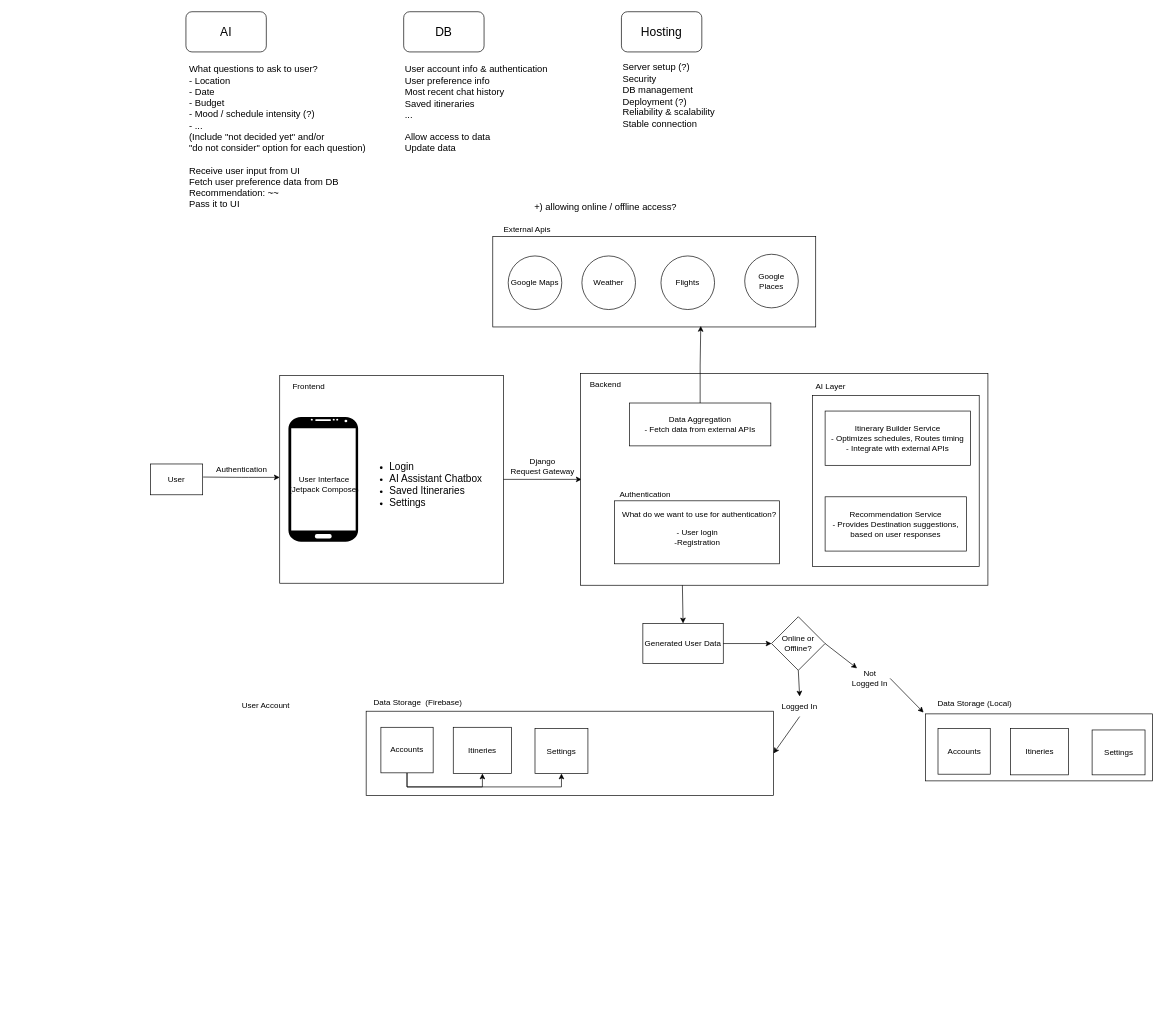
Before: Untitled Diagram.drawio in smehars/AItinerary, a draw.io diagram. Source tidied: cells renumbered, new cells numbered last; positions are measured from the earlier drawing's top-left corner, leaving out a move shared by most shapes. Both pictures are drawn from the tidied source at 67%, with x=0, y=0 at pixel (150, 11).
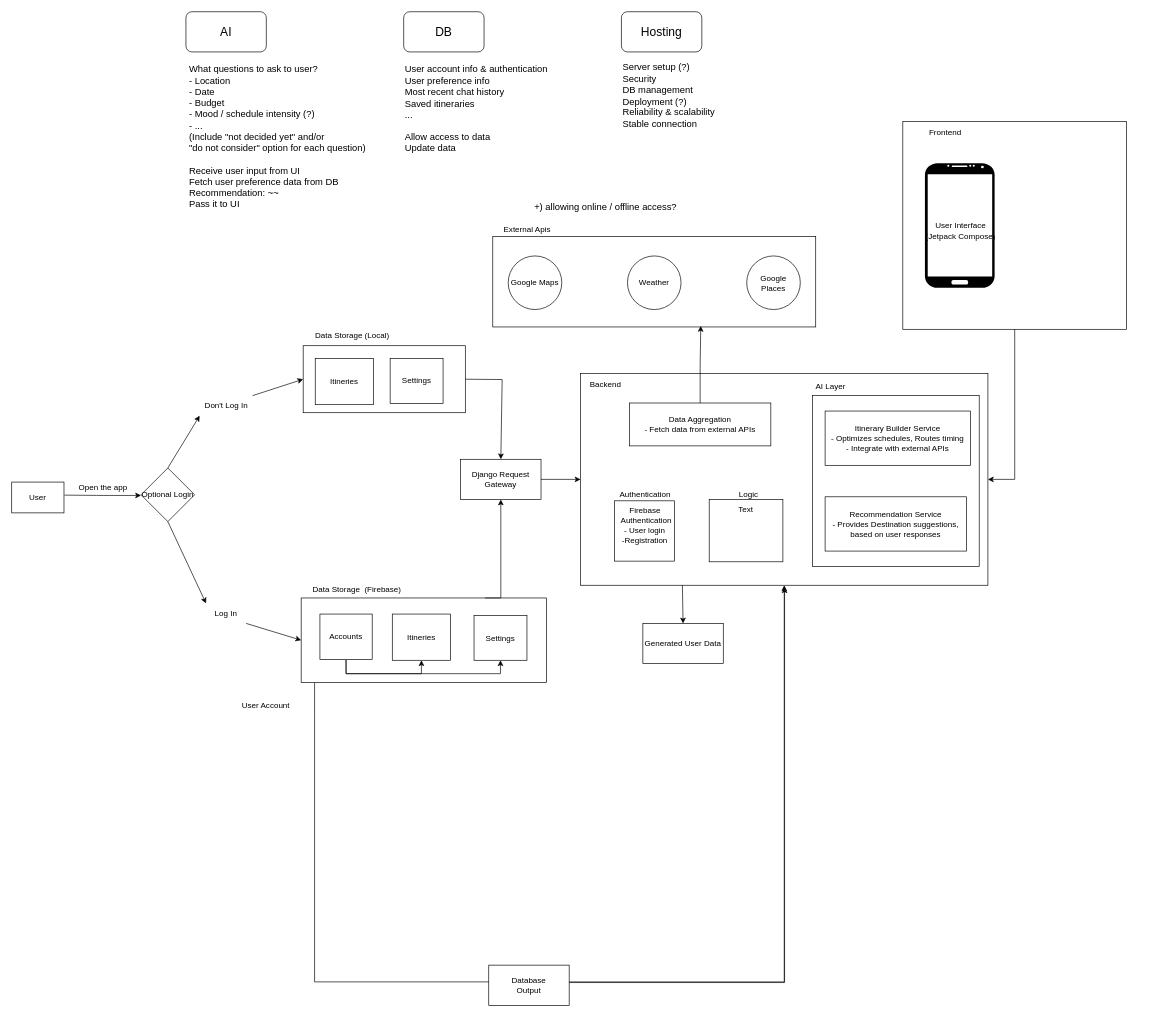
After the change.

Unchanged cells that the change refers to:
```xml
<mxCell id="16" style="whiteSpace=wrap;html=1;" parent="1" vertex="1">
  <mxGeometry x="642" y="540" width="608" height="316" as="geometry" />
</mxCell>
<mxCell id="33" value="Generated User Data" style="whiteSpace=wrap;html=1;" parent="1" vertex="1">
  <mxGeometry x="735" y="913" width="120" height="60" as="geometry" />
</mxCell>
```

Change to the diagram source:
```diff
@@
-    <mxCell id="2" style="whiteSpace=wrap;html=1;" parent="1" vertex="1">
-      <mxGeometry x="322" y="1044" width="608" height="126" as="geometry" />
-    </mxCell>
+    <mxCell id="59" style="edgeStyle=orthogonalEdgeStyle;rounded=0;jettySize=auto;html=1;entryX=0.5;entryY=1;entryDx=0;entryDy=0;" parent="1" edge="1" source="2" target="16">
+      <mxGeometry relative="1" as="geometry">
+        <Array as="points">
+          <mxPoint x="245" y="1057" />
+          <mxPoint x="245" y="1448" />
+          <mxPoint x="946" y="1448" />
+        </Array>
+      </mxGeometry>
+    </mxCell>
     <mxCell id="3" style="rounded=0;whiteSpace=wrap;html=1;" parent="1" vertex="1">
-      <mxGeometry x="193" y="543" width="334" height="310" as="geometry" />
+      <mxGeometry x="1123" y="164" width="334" height="310" as="geometry" />
     </mxCell>
@@
-    <mxCell id="5" style="edgeStyle=orthogonalEdgeStyle;rounded=0;jettySize=auto;html=1;" parent="1" edge="1" source="3">
-      <mxGeometry relative="1" as="geometry">
-        <mxPoint x="643.7" y="698" as="targetPoint" />
-      </mxGeometry>
+    <mxCell id="5" style="edgeStyle=orthogonalEdgeStyle;rounded=0;jettySize=auto;html=1;entryX=1;entryY=0.5;entryDx=0;entryDy=0;" parent="1" edge="1" source="3" target="16">
+      <mxGeometry relative="1" as="geometry" />
     </mxCell>
@@
     <mxCell id="13" style="edgeStyle=orthogonalEdgeStyle;rounded=1;orthogonalLoop=1;jettySize=auto;html=1;exitX=1.015;exitY=0.365;exitDx=0;exitDy=0;exitPerimeter=0;" parent="1" edge="1">
       <mxGeometry relative="1" as="geometry">
-        <mxPoint x="78.7" y="694.5" as="sourcePoint" />
-        <mxPoint x="193" y="695" as="targetPoint" />
+        <mxPoint x="-128.3" y="721.5" as="sourcePoint" />
+        <mxPoint x="-14" y="722" as="targetPoint" />
       </mxGeometry>
     </mxCell>
     <mxCell id="14" value="Frontend" style="text;html=1;align=center;verticalAlign=middle;strokeColor=none;fillColor=none;" parent="1" vertex="1">
-      <mxGeometry x="202" y="547" width="67" height="26" as="geometry" />
+      <mxGeometry x="1152" y="168" width="67" height="26" as="geometry" />
     </mxCell>
     <mxCell id="15" style="verticalLabelPosition=bottom;verticalAlign=top;html=1;shadow=0;dashed=0;strokeWidth=1;shape=mxgraph.android.phone2;strokeColor=none;fillStyle=auto;fillColor=light-dark(default, #ffffff);gradientColor=light-dark(#000000,#FFFFFF);gradientDirection=radial;" parent="1" vertex="1">
-      <mxGeometry x="206" y="605" width="104" height="186" as="geometry" />
+      <mxGeometry x="1156" y="226" width="104" height="186" as="geometry" />
     </mxCell>
@@
-    <mxCell id="18" value="&lt;div&gt;Data Storage&amp;nbsp; (Firebase)&lt;/div&gt;" style="text;html=1;align=center;verticalAlign=middle;strokeColor=none;fillColor=none;" parent="1" vertex="1">
-      <mxGeometry x="322" y="1018" width="153" height="26" as="geometry" />
-    </mxCell>
     <mxCell id="19" value="User" style="whiteSpace=wrap;html=1;" parent="1" vertex="1">
-      <mxGeometry y="675" width="78" height="46" as="geometry" />
+      <mxGeometry x="-207" y="702" width="78" height="46" as="geometry" />
     </mxCell>
-    <mxCell id="20" value="Authentication" style="text;html=1;align=center;verticalAlign=middle;strokeColor=none;fillColor=none;" parent="1" vertex="1">
-      <mxGeometry x="88" y="670" width="95" height="26" as="geometry" />
+    <mxCell id="20" value="Open the app" style="text;html=1;align=center;verticalAlign=middle;strokeColor=none;fillColor=none;" parent="1" vertex="1">
+      <mxGeometry x="-117" y="697" width="91" height="26" as="geometry" />
     </mxCell>
@@
     <mxCell id="22" value="User Interface&lt;br&gt;(Jetpack Compose)" style="text;html=1;align=center;verticalAlign=middle;strokeColor=none;fillColor=none;" parent="1" vertex="1">
-      <mxGeometry x="197.5" y="685" width="122" height="41" as="geometry" />
+      <mxGeometry x="1147.5" y="306" width="122" height="41" as="geometry" />
     </mxCell>
@@
     <mxCell id="26" value="Weather" style="ellipse;whiteSpace=wrap;html=1;" parent="1" vertex="1">
-      <mxGeometry x="644" y="364.5" width="80" height="80" as="geometry" />
+      <mxGeometry x="712" y="364.5" width="80" height="80" as="geometry" />
     </mxCell>
-    <mxCell id="27" value="Flights" style="ellipse;whiteSpace=wrap;html=1;" parent="1" vertex="1">
-      <mxGeometry x="762" y="364.5" width="80" height="80" as="geometry" />
-    </mxCell>
-    <mxCell id="28" value="&lt;ul&gt;&lt;li&gt;&lt;font style=&quot;font-size: 15px;&quot;&gt;Login&lt;/font&gt;&lt;/li&gt;&lt;li&gt;&lt;font style=&quot;font-size: 15px;&quot;&gt;AI Assistant Chatbox&lt;br&gt;&lt;/font&gt;&lt;/li&gt;&lt;li&gt;&lt;font style=&quot;font-size: 15px;&quot;&gt;Saved Itineraries&lt;/font&gt;&lt;/li&gt;&lt;li&gt;&lt;font style=&quot;font-size: 15px;&quot;&gt;Settings&lt;/font&gt;&lt;br&gt;&lt;/li&gt;&lt;/ul&gt;" style="text;strokeColor=none;fillColor=none;html=1;whiteSpace=wrap;verticalAlign=middle;overflow=hidden;" parent="1" vertex="1">
-      <mxGeometry x="315" y="577" width="193" height="256" as="geometry" />
-    </mxCell>
-    <mxCell id="29" style="edgeStyle=orthogonalEdgeStyle;rounded=0;jettySize=auto;html=1;exitX=0.5;exitY=1;exitDx=0;exitDy=0;entryX=0.5;entryY=1;entryDx=0;entryDy=0;" parent="1" edge="1" source="31" target="32">
-      <mxGeometry relative="1" as="geometry" />
-    </mxCell>
-    <mxCell id="30" style="edgeStyle=orthogonalEdgeStyle;rounded=0;jettySize=auto;html=1;exitX=0.5;exitY=1;exitDx=0;exitDy=0;entryX=0.5;entryY=1;entryDx=0;entryDy=0;" parent="1" edge="1" source="31" target="34">
-      <mxGeometry relative="1" as="geometry" />
-    </mxCell>
-    <mxCell id="31" value="Accounts" style="whiteSpace=wrap;html=1;" parent="1" vertex="1">
-      <mxGeometry x="344" y="1068" width="78" height="68" as="geometry" />
-    </mxCell>
-    <mxCell id="32" value="Itineries" style="whiteSpace=wrap;html=1;" parent="1" vertex="1">
-      <mxGeometry x="452" y="1068" width="87" height="69" as="geometry" />
-    </mxCell>
@@
-    <mxCell id="34" value="Settings" style="whiteSpace=wrap;html=1;" parent="1" vertex="1">
-      <mxGeometry x="574" y="1070" width="79" height="67" as="geometry" />
-    </mxCell>
-    <mxCell id="35" value="&lt;div&gt;Django&lt;/div&gt;&lt;div&gt;Request Gateway&lt;br&gt;&lt;/div&gt;" style="text;html=1;align=center;verticalAlign=middle;points=[];strokeColor=none;fillColor=none;" parent="1" vertex="1">
-      <mxGeometry x="527" y="657" width="115" height="41" as="geometry" />
-    </mxCell>
     <mxCell id="36" value="&lt;div&gt;&lt;br&gt;&lt;/div&gt;&lt;div&gt;- User login&lt;/div&gt;&lt;div&gt;-Registration&lt;br&gt;&lt;/div&gt;" style="rounded=0;whiteSpace=wrap;html=1;" parent="1" vertex="1">
-      <mxGeometry x="692.5" y="730" width="246.5" height="94" as="geometry" />
+      <mxGeometry x="692.5" y="730" width="89.5" height="90" as="geometry" />
     </mxCell>
-    <mxCell id="37" value="What do we want to use for authentication?" style="text;html=1;align=center;verticalAlign=middle;strokeColor=none;fillColor=none;" parent="1" vertex="1">
-      <mxGeometry x="692.5" y="738" width="252" height="26" as="geometry" />
+    <mxCell id="37" value="Firebase&lt;br&gt;&amp;nbsp;Authentication" style="text;html=1;align=center;verticalAlign=middle;strokeColor=none;fillColor=none;" parent="1" vertex="1">
+      <mxGeometry x="689.5" y="730" width="97" height="41" as="geometry" />
     </mxCell>
@@
     <mxCell id="42" value="Google Places" style="ellipse;whiteSpace=wrap;html=1;" parent="1" vertex="1">
-      <mxGeometry x="887" y="362" width="80" height="80" as="geometry" />
+      <mxGeometry x="890" y="364.5" width="80" height="80" as="geometry" />
     </mxCell>
@@
-    <mxCell id="46" value="Online or Offline?" style="rhombus;whiteSpace=wrap;html=1;" parent="1" vertex="1">
-      <mxGeometry x="927" y="903" width="80" height="80" as="geometry" />
-    </mxCell>
-    <mxCell id="47" style="endArrow=classic;html=1;rounded=0;entryX=0;entryY=0.5;entryDx=0;entryDy=0;exitX=1;exitY=0.5;exitDx=0;exitDy=0;" parent="1" edge="1" source="33" target="46">
-      <mxGeometry relative="1" as="geometry" />
-    </mxCell>
-    <mxCell id="48" style="endArrow=classic;html=1;rounded=0;exitX=0.5;exitY=1;exitDx=0;exitDy=0;entryX=1;entryY=0.5;entryDx=0;entryDy=0;" parent="1" edge="1" source="55" target="2">
-      <mxGeometry relative="1" as="geometry" />
-    </mxCell>
+    <mxCell id="60" style="edgeStyle=orthogonalEdgeStyle;rounded=0;jettySize=auto;html=1;exitX=1;exitY=0.5;exitDx=0;exitDy=0;" parent="1" edge="1" source="71">
+      <mxGeometry relative="1" as="geometry">
+        <mxPoint x="946.5" y="859" as="targetPoint" />
+        <Array as="points">
+          <mxPoint x="562" y="1453" />
+          <mxPoint x="562" y="1449" />
+          <mxPoint x="947" y="1449" />
+        </Array>
+      </mxGeometry>
+    </mxCell>
+    <mxCell id="61" value="Optional Login" style="rhombus;whiteSpace=wrap;html=1;" parent="1" vertex="1">
+      <mxGeometry x="-14" y="681" width="80" height="80" as="geometry" />
+    </mxCell>
+    <mxCell id="62" style="endArrow=classic;html=1;rounded=0;exitX=1;exitY=1;exitDx=0;exitDy=0;entryX=0;entryY=0.5;entryDx=0;entryDy=0;" parent="1" edge="1" source="64" target="2">
+      <mxGeometry relative="1" as="geometry" />
+    </mxCell>
+    <mxCell id="63" style="endArrow=classic;html=1;rounded=0;exitX=0.5;exitY=1;exitDx=0;exitDy=0;entryX=0;entryY=0;entryDx=0;entryDy=0;" parent="1" edge="1" source="61" target="64">
+      <mxGeometry relative="1" as="geometry" />
+    </mxCell>
+    <mxCell id="64" value="Log In" style="text;html=1;align=center;verticalAlign=middle;whiteSpace=wrap;rounded=0;" parent="1" vertex="1">
+      <mxGeometry x="83" y="883" width="60" height="30" as="geometry" />
+    </mxCell>
+    <mxCell id="65" style="endArrow=classic;html=1;rounded=0;exitX=1;exitY=0;exitDx=0;exitDy=0;entryX=0;entryY=0.5;entryDx=0;entryDy=0;" parent="1" edge="1" source="67" target="49">
+      <mxGeometry relative="1" as="geometry" />
+    </mxCell>
+    <mxCell id="66" style="endArrow=classic;html=1;rounded=0;exitX=0.5;exitY=0;exitDx=0;exitDy=0;entryX=0;entryY=1;entryDx=0;entryDy=0;" parent="1" edge="1" source="61" target="67">
+      <mxGeometry relative="1" as="geometry" />
+    </mxCell>
+    <mxCell id="67" value="Don't Log In" style="text;html=1;align=center;verticalAlign=middle;whiteSpace=wrap;rounded=0;" parent="1" vertex="1">
+      <mxGeometry x="73.5" y="573" width="79" height="30" as="geometry" />
+    </mxCell>
+    <mxCell id="68" style="rounded=0;whiteSpace=wrap;html=1;" parent="1" vertex="1">
+      <mxGeometry x="834" y="728" width="110" height="93" as="geometry" />
+    </mxCell>
+    <mxCell id="69" value="Logic" style="text;html=1;align=center;verticalAlign=middle;whiteSpace=wrap;rounded=0;" parent="1" vertex="1">
+      <mxGeometry x="863" y="706" width="60" height="30" as="geometry" />
+    </mxCell>
+    <mxCell id="70" value="Text" style="text;html=1;align=center;verticalAlign=middle;whiteSpace=wrap;rounded=0;" parent="1" vertex="1">
+      <mxGeometry x="859" y="728" width="60" height="30" as="geometry" />
+    </mxCell>
+    <mxCell id="71" style="rounded=0;whiteSpace=wrap;html=1;" parent="1" vertex="1">
+      <mxGeometry x="505" y="1423" width="120" height="60" as="geometry" />
+    </mxCell>
+    <mxCell id="72" style="endArrow=classic;html=1;rounded=0;exitX=1;exitY=0.5;exitDx=0;exitDy=0;entryX=0.5;entryY=0;entryDx=0;entryDy=0;" parent="1" edge="1" source="49" target="35">
+      <mxGeometry relative="1" as="geometry">
+        <Array as="points">
+          <mxPoint x="525" y="549" />
+        </Array>
+      </mxGeometry>
+    </mxCell>
+    <mxCell id="73" value="Database Output" style="text;html=1;align=center;verticalAlign=middle;whiteSpace=wrap;rounded=0;" parent="1" vertex="1">
+      <mxGeometry x="535" y="1438" width="60" height="30" as="geometry" />
+    </mxCell>
+    <mxCell id="74" style="group;" parent="1" vertex="1">
+      <mxGeometry x="225" y="849" width="366" height="152" as="geometry" />
+    </mxCell>
+    <mxCell id="2" style="whiteSpace=wrap;html=1;" parent="74" vertex="1">
+      <mxGeometry y="26" width="366" height="126" as="geometry" />
+    </mxCell>
+    <mxCell id="18" value="&lt;div&gt;Data Storage&amp;nbsp; (Firebase)&lt;/div&gt;" style="text;html=1;align=center;verticalAlign=middle;strokeColor=none;fillColor=none;" parent="74" vertex="1">
+      <mxGeometry x="6" width="153" height="26" as="geometry" />
+    </mxCell>
+    <mxCell id="29" style="edgeStyle=orthogonalEdgeStyle;rounded=0;jettySize=auto;html=1;exitX=0.5;exitY=1;exitDx=0;exitDy=0;entryX=0.5;entryY=1;entryDx=0;entryDy=0;" parent="74" edge="1" source="31" target="32">
+      <mxGeometry relative="1" as="geometry" />
+    </mxCell>
+    <mxCell id="30" style="edgeStyle=orthogonalEdgeStyle;rounded=0;jettySize=auto;html=1;exitX=0.5;exitY=1;exitDx=0;exitDy=0;entryX=0.5;entryY=1;entryDx=0;entryDy=0;" parent="74" edge="1" source="31" target="34">
+      <mxGeometry relative="1" as="geometry" />
+    </mxCell>
+    <mxCell id="31" value="Accounts" style="whiteSpace=wrap;html=1;" parent="74" vertex="1">
+      <mxGeometry x="28" y="50" width="78" height="68" as="geometry" />
+    </mxCell>
+    <mxCell id="32" value="Itineries" style="whiteSpace=wrap;html=1;" parent="74" vertex="1">
+      <mxGeometry x="136" y="50" width="87" height="69" as="geometry" />
+    </mxCell>
+    <mxCell id="34" value="Settings" style="whiteSpace=wrap;html=1;" parent="74" vertex="1">
+      <mxGeometry x="258" y="52" width="79" height="67" as="geometry" />
+    </mxCell>
+    <mxCell id="75" style="group;" parent="1" vertex="1">
+      <mxGeometry x="228" y="470.5" width="242" height="128" as="geometry" />
+    </mxCell>
-    <mxCell id="49" style="whiteSpace=wrap;html=1;" parent="1" vertex="1">
-      <mxGeometry x="1157" y="1048" width="338.5" height="100" as="geometry" />
+    <mxCell id="49" style="whiteSpace=wrap;html=1;" parent="75" vertex="1">
+      <mxGeometry y="28" width="242" height="100" as="geometry" />
     </mxCell>
-    <mxCell id="50" value="&lt;div&gt;Data Storage (Local)&lt;/div&gt;" style="text;html=1;align=center;verticalAlign=middle;strokeColor=none;fillColor=none;" parent="1" vertex="1">
-      <mxGeometry x="1165.5" y="1020" width="129" height="26" as="geometry" />
+    <mxCell id="50" value="&lt;div&gt;Data Storage (Local)&lt;/div&gt;" style="text;html=1;align=center;verticalAlign=middle;strokeColor=none;fillColor=none;" parent="75" vertex="1">
+      <mxGeometry x="8.5" width="129" height="26" as="geometry" />
     </mxCell>
-    <mxCell id="51" value="Accounts" style="whiteSpace=wrap;html=1;" parent="1" vertex="1">
-      <mxGeometry x="1175.5" y="1070" width="78" height="68" as="geometry" />
-    </mxCell>
-    <mxCell id="52" value="Itineries" style="whiteSpace=wrap;html=1;" parent="1" vertex="1">
-      <mxGeometry x="1283.5" y="1070" width="87" height="69" as="geometry" />
+    <mxCell id="52" value="Itineries" style="whiteSpace=wrap;html=1;" parent="75" vertex="1">
+      <mxGeometry x="18" y="47" width="87" height="69" as="geometry" />
     </mxCell>
-    <mxCell id="53" value="Settings" style="whiteSpace=wrap;html=1;" parent="1" vertex="1">
-      <mxGeometry x="1405.5" y="1072" width="79" height="67" as="geometry" />
+    <mxCell id="53" value="Settings" style="whiteSpace=wrap;html=1;" parent="75" vertex="1">
+      <mxGeometry x="129.8" y="47" width="79" height="67" as="geometry" />
     </mxCell>
-    <mxCell id="54" style="endArrow=classic;html=1;rounded=0;exitX=0.5;exitY=1;exitDx=0;exitDy=0;entryX=0.5;entryY=0;entryDx=0;entryDy=0;" parent="1" edge="1" source="46" target="55">
-      <mxGeometry relative="1" as="geometry" />
-    </mxCell>
-    <mxCell id="55" value="Logged In" style="text;html=1;align=center;verticalAlign=middle;whiteSpace=wrap;rounded=0;" parent="1" vertex="1">
-      <mxGeometry x="939" y="1022" width="60" height="30" as="geometry" />
-    </mxCell>
-    <mxCell id="56" style="endArrow=classic;html=1;rounded=0;exitX=1;exitY=0.5;exitDx=0;exitDy=0;" parent="1" edge="1" source="58">
-      <mxGeometry relative="1" as="geometry">
-        <mxPoint x="1154" y="1046" as="targetPoint" />
-      </mxGeometry>
-    </mxCell>
-    <mxCell id="57" style="endArrow=classic;html=1;rounded=0;exitX=1;exitY=0.5;exitDx=0;exitDy=0;" parent="1" edge="1" source="46" target="58">
-      <mxGeometry relative="1" as="geometry" />
-    </mxCell>
-    <mxCell id="58" value="Not Logged In" style="text;html=1;align=center;verticalAlign=middle;whiteSpace=wrap;rounded=0;" parent="1" vertex="1">
-      <mxGeometry x="1044" y="980" width="60" height="30" as="geometry" />
-    </mxCell>
+    <mxCell id="76" style="edgeStyle=orthogonalEdgeStyle;rounded=0;jettySize=auto;html=1;entryX=0;entryY=0.5;entryDx=0;entryDy=0;" parent="1" edge="1" source="35" target="16">
+      <mxGeometry relative="1" as="geometry" />
+    </mxCell>
+    <mxCell id="35" value="Django Request Gateway" style="rounded=0;whiteSpace=wrap;html=1;" parent="1" vertex="1">
+      <mxGeometry x="463" y="668" width="120" height="60" as="geometry" />
+    </mxCell>
+    <mxCell id="77" style="edgeStyle=orthogonalEdgeStyle;rounded=0;jettySize=auto;html=1;exitX=0.75;exitY=0;exitDx=0;exitDy=0;entryX=0.5;entryY=1;entryDx=0;entryDy=0;" parent="1" edge="1" source="2" target="35">
+      <mxGeometry relative="1" as="geometry">
+        <Array as="points">
+          <mxPoint x="523" y="875" />
+        </Array>
+      </mxGeometry>
+    </mxCell>
```
